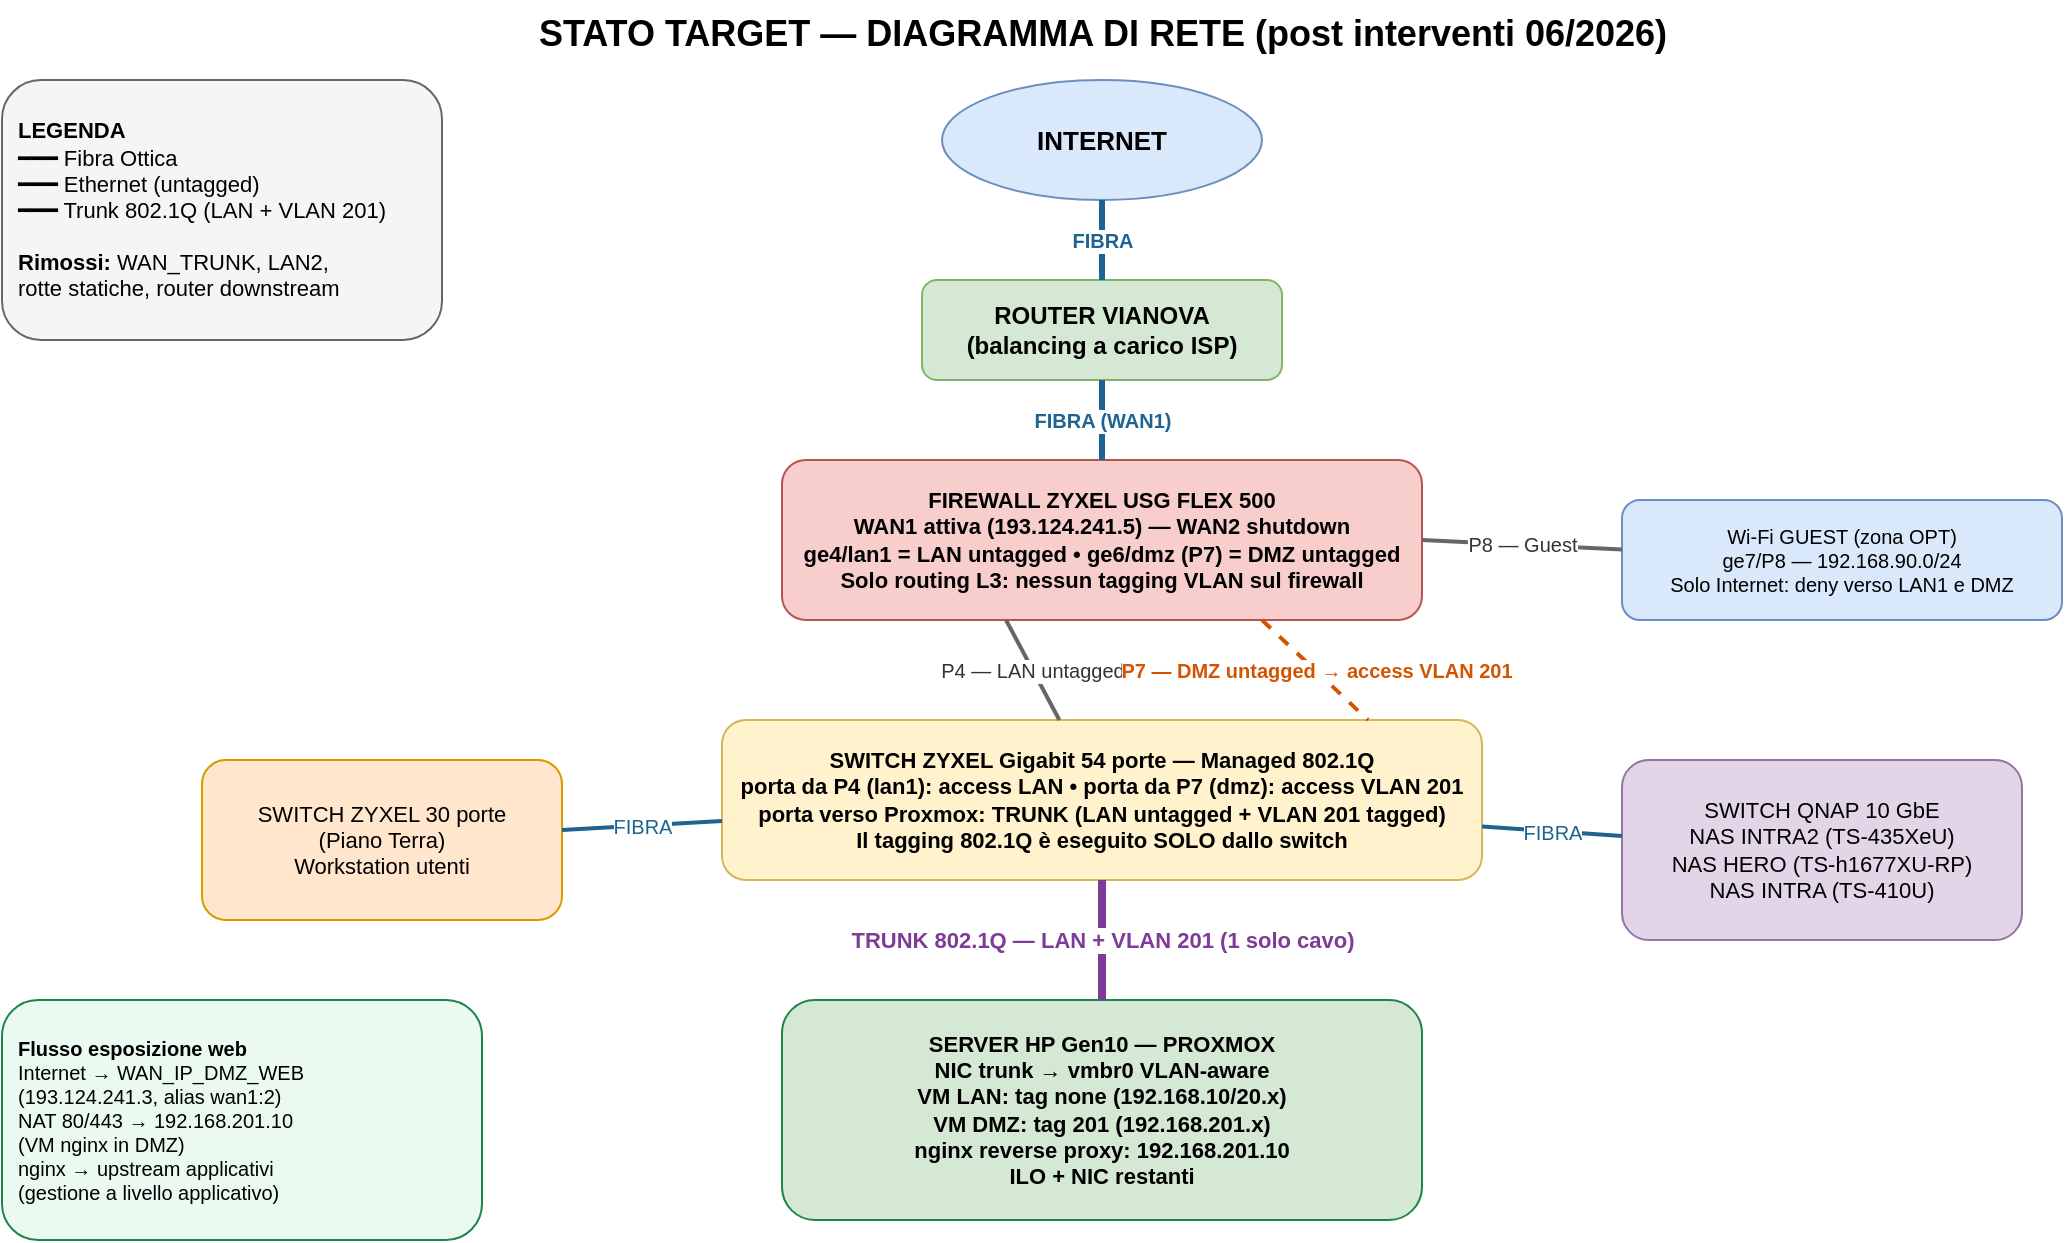
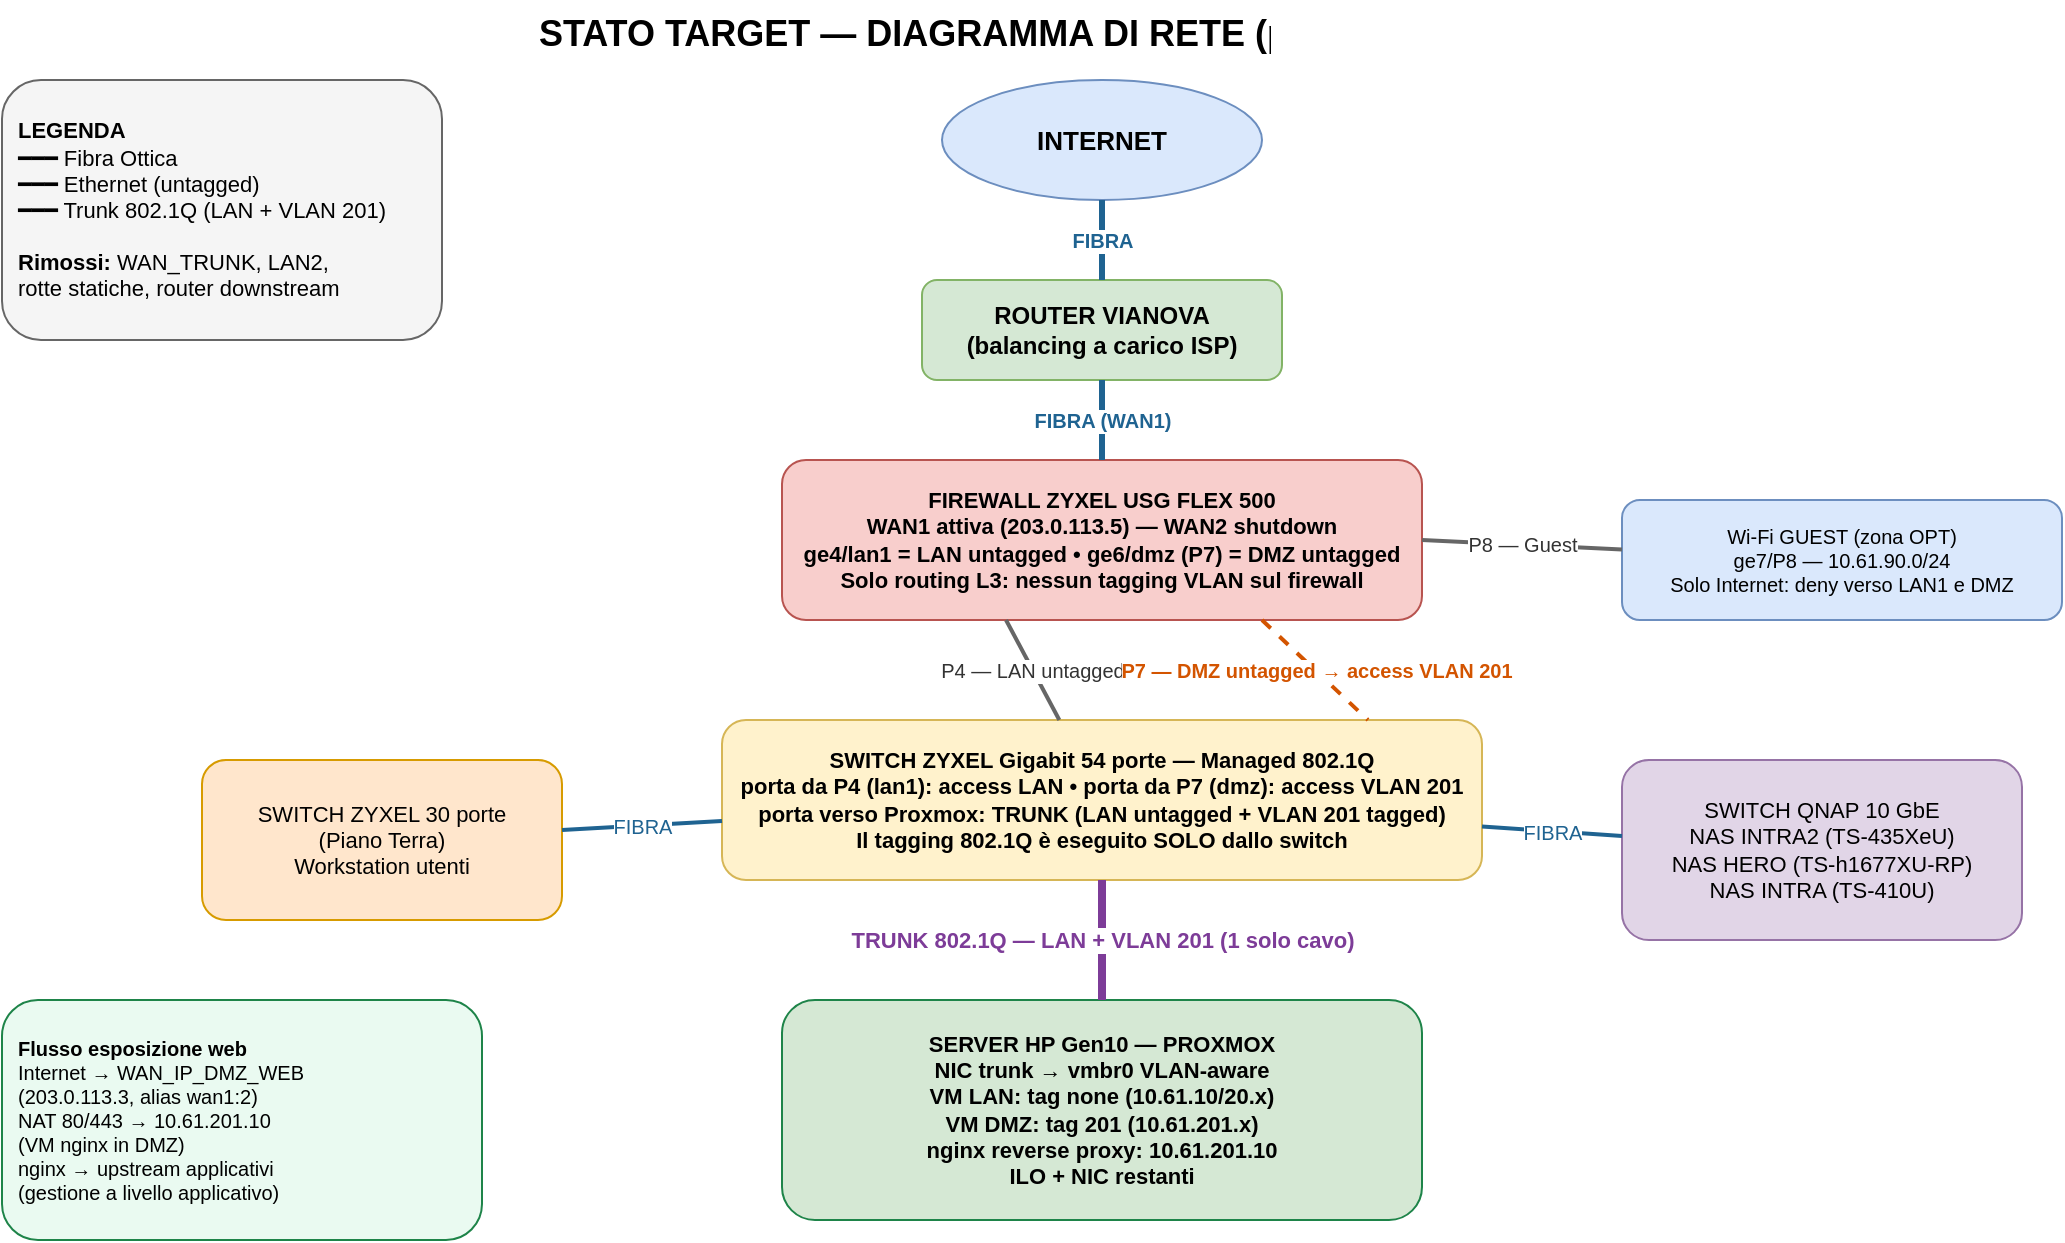
<mxfile host="app.diagrams.net" modified="2026-06-05T10:00:00.000Z" agent="Claude" version="24.0.0">
  <diagram id="target" name="Stato Target">
    <mxGraphModel dx="1422" dy="800" grid="1" gridSize="10" guides="1" tooltips="1" connect="1" arrows="1" fold="1" page="1" pageScale="1" pageWidth="1169" pageHeight="826" math="0" shadow="0">
      <root>
        <mxCell id="0" />
        <mxCell id="1" parent="0" />

        <mxCell id="title" value="STATO TARGET — DIAGRAMMA DI RETE (post interventi 06/2026)" style="text;html=1;fontSize=18;fontStyle=1;align=center" vertex="1" parent="1">
          <mxGeometry x="240" y="20" width="700" height="30" as="geometry" />
        </mxCell>

        <mxCell id="legend" value="&lt;b&gt;LEGENDA&lt;/b&gt;&lt;br&gt;━━━ Fibra Ottica&lt;br&gt;━━━ Ethernet (untagged)&lt;br&gt;━━━ Trunk 802.1Q (LAN + VLAN 201)&lt;br&gt;&lt;br&gt;&lt;b&gt;Rimossi:&lt;/b&gt; WAN_TRUNK, LAN2,&lt;br&gt;rotte statiche, router downstream" style="rounded=1;whiteSpace=wrap;html=1;fillColor=#f5f5f5;strokeColor=#666666;align=left;spacing=8;fontSize=11" vertex="1" parent="1">
          <mxGeometry x="40" y="60" width="220" height="130" as="geometry" />
        </mxCell>

        <mxCell id="internet" value="INTERNET" style="ellipse;whiteSpace=wrap;html=1;fillColor=#dae8fc;strokeColor=#6c8ebf;fontSize=13;fontStyle=1" vertex="1" parent="1">
          <mxGeometry x="510" y="60" width="160" height="60" as="geometry" />
        </mxCell>

        <mxCell id="router" value="ROUTER VIANOVA&#10;(balancing a carico ISP)" style="rounded=1;whiteSpace=wrap;html=1;fillColor=#d5e8d4;strokeColor=#82b366;fontSize=12;fontStyle=1" vertex="1" parent="1">
          <mxGeometry x="500" y="160" width="180" height="50" as="geometry" />
        </mxCell>

-         <mxCell id="firewall" value="FIREWALL ZYXEL USG FLEX 500&#10;WAN1 attiva (193.124.241.5) — WAN2 shutdown&#10;ge4/lan1 = LAN untagged • ge6/dmz (P7) = DMZ untagged&#10;Solo routing L3: nessun tagging VLAN sul firewall" style="rounded=1;whiteSpace=wrap;html=1;fillColor=#f8cecc;strokeColor=#b85450;fontSize=11;fontStyle=1" vertex="1" parent="1">
+         <mxCell id="firewall" value="FIREWALL ZYXEL USG FLEX 500&#10;WAN1 attiva (203.0.113.5) — WAN2 shutdown&#10;ge4/lan1 = LAN untagged • ge6/dmz (P7) = DMZ untagged&#10;Solo routing L3: nessun tagging VLAN sul firewall" style="rounded=1;whiteSpace=wrap;html=1;fillColor=#f8cecc;strokeColor=#b85450;fontSize=11;fontStyle=1" vertex="1" parent="1">
          <mxGeometry x="430" y="250" width="320" height="80" as="geometry" />
        </mxCell>

        <mxCell id="switch54" value="SWITCH ZYXEL Gigabit 54 porte — Managed 802.1Q&#10;porta da P4 (lan1): access LAN • porta da P7 (dmz): access VLAN 201&#10;porta verso Proxmox: TRUNK (LAN untagged + VLAN 201 tagged)&#10;Il tagging 802.1Q è eseguito SOLO dallo switch" style="rounded=1;whiteSpace=wrap;html=1;fillColor=#fff2cc;strokeColor=#d6b656;fontSize=11;fontStyle=1" vertex="1" parent="1">
          <mxGeometry x="400" y="380" width="380" height="80" as="geometry" />
        </mxCell>

-         <mxCell id="proxmox" value="SERVER HP Gen10 — PROXMOX&#10;NIC trunk → vmbr0 VLAN-aware&#10;VM LAN: tag none (192.168.10/20.x)&#10;VM DMZ: tag 201 (192.168.201.x)&#10;nginx reverse proxy: 192.168.201.10&#10;ILO + NIC restanti" style="rounded=1;whiteSpace=wrap;html=1;fillColor=#d5e8d4;strokeColor=#1e8449;fontSize=11;fontStyle=1" vertex="1" parent="1">
+         <mxCell id="proxmox" value="SERVER HP Gen10 — PROXMOX&#10;NIC trunk → vmbr0 VLAN-aware&#10;VM LAN: tag none (10.61.10/20.x)&#10;VM DMZ: tag 201 (10.61.201.x)&#10;nginx reverse proxy: 10.61.201.10&#10;ILO + NIC restanti" style="rounded=1;whiteSpace=wrap;html=1;fillColor=#d5e8d4;strokeColor=#1e8449;fontSize=11;fontStyle=1" vertex="1" parent="1">
          <mxGeometry x="430" y="520" width="320" height="110" as="geometry" />
        </mxCell>

        <mxCell id="qnap" value="SWITCH QNAP 10 GbE&#10;NAS INTRA2 (TS-435XeU)&#10;NAS HERO (TS-h1677XU-RP)&#10;NAS INTRA (TS-410U)" style="rounded=1;whiteSpace=wrap;html=1;fillColor=#e1d5e7;strokeColor=#9673a6;fontSize=11" vertex="1" parent="1">
          <mxGeometry x="850" y="400" width="200" height="90" as="geometry" />
        </mxCell>

        <mxCell id="sw30" value="SWITCH ZYXEL 30 porte&#10;(Piano Terra)&#10;Workstation utenti" style="rounded=1;whiteSpace=wrap;html=1;fillColor=#ffe6cc;strokeColor=#d79b00;fontSize=11" vertex="1" parent="1">
          <mxGeometry x="140" y="400" width="180" height="80" as="geometry" />
        </mxCell>

-         <mxCell id="guest" value="Wi-Fi GUEST (zona OPT)&#10;ge7/P8 — 192.168.90.0/24&#10;Solo Internet: deny verso LAN1 e DMZ" style="rounded=1;whiteSpace=wrap;html=1;fillColor=#dae8fc;strokeColor=#6c8ebf;fontSize=10" vertex="1" parent="1">
+         <mxCell id="guest" value="Wi-Fi GUEST (zona OPT)&#10;ge7/P8 — 10.61.90.0/24&#10;Solo Internet: deny verso LAN1 e DMZ" style="rounded=1;whiteSpace=wrap;html=1;fillColor=#dae8fc;strokeColor=#6c8ebf;fontSize=10" vertex="1" parent="1">
          <mxGeometry x="850" y="270" width="220" height="60" as="geometry" />
        </mxCell>

        <mxCell id="e1" style="endArrow=none;html=1;strokeColor=#1f6391;strokeWidth=3;fontSize=10;fontStyle=1;fontColor=#1f6391;labelBackgroundColor=#ffffff" edge="1" parent="1" source="internet" target="router" value="FIBRA">
          <mxGeometry relative="1" as="geometry" />
        </mxCell>
        <mxCell id="e2" style="endArrow=none;html=1;strokeColor=#1f6391;strokeWidth=3;fontSize=10;fontStyle=1;fontColor=#1f6391;labelBackgroundColor=#ffffff" edge="1" parent="1" source="router" target="firewall" value="FIBRA (WAN1)">
          <mxGeometry relative="1" as="geometry" />
        </mxCell>
        <mxCell id="e3" style="endArrow=none;html=1;strokeColor=#666666;strokeWidth=2;fontSize=10;fontColor=#333333;labelBackgroundColor=#ffffff;exitX=0.35;exitY=1" edge="1" parent="1" source="firewall" target="switch54" value="P4 — LAN untagged">
          <mxGeometry relative="1" as="geometry" />
        </mxCell>
        <mxCell id="e4" style="endArrow=none;html=1;strokeColor=#d35400;strokeWidth=2;dashed=1;fontSize=10;fontStyle=1;fontColor=#d35400;labelBackgroundColor=#ffffff;exitX=0.75;exitY=1;entryX=0.85;entryY=0" edge="1" parent="1" source="firewall" target="switch54" value="P7 — DMZ untagged → access VLAN 201">
          <mxGeometry relative="1" as="geometry" />
        </mxCell>
        <mxCell id="e5" style="endArrow=none;html=1;strokeColor=#7d3c98;strokeWidth=4;fontSize=11;fontStyle=1;fontColor=#7d3c98;labelBackgroundColor=#ffffff" edge="1" parent="1" source="switch54" target="proxmox" value="TRUNK 802.1Q — LAN + VLAN 201 (1 solo cavo)">
          <mxGeometry relative="1" as="geometry" />
        </mxCell>
        <mxCell id="e6" style="endArrow=none;html=1;strokeColor=#1f6391;strokeWidth=2;fontSize=10;fontColor=#1f6391;labelBackgroundColor=#ffffff" edge="1" parent="1" source="switch54" target="qnap" value="FIBRA">
          <mxGeometry relative="1" as="geometry" />
        </mxCell>
        <mxCell id="e7" style="endArrow=none;html=1;strokeColor=#1f6391;strokeWidth=2;fontSize=10;fontColor=#1f6391;labelBackgroundColor=#ffffff" edge="1" parent="1" source="switch54" target="sw30" value="FIBRA">
          <mxGeometry relative="1" as="geometry" />
        </mxCell>
        <mxCell id="e8" style="endArrow=none;html=1;strokeColor=#666666;strokeWidth=2;fontSize=10;fontColor=#333333;labelBackgroundColor=#ffffff;exitX=1;exitY=0.5" edge="1" parent="1" source="firewall" target="guest" value="P8 — Guest">
          <mxGeometry relative="1" as="geometry" />
        </mxCell>

-         <mxCell id="flow" value="&lt;b&gt;Flusso esposizione web&lt;/b&gt;&lt;br&gt;Internet → WAN_IP_DMZ_WEB&lt;br&gt;(193.124.241.3, alias wan1:2)&lt;br&gt;NAT 80/443 → 192.168.201.10&lt;br&gt;(VM nginx in DMZ)&lt;br&gt;nginx → upstream applicativi&lt;br&gt;(gestione a livello applicativo)" style="rounded=1;whiteSpace=wrap;html=1;fillColor=#eafaf1;strokeColor=#1e8449;align=left;spacing=8;fontSize=10" vertex="1" parent="1">
+         <mxCell id="flow" value="&lt;b&gt;Flusso esposizione web&lt;/b&gt;&lt;br&gt;Internet → WAN_IP_DMZ_WEB&lt;br&gt;(203.0.113.3, alias wan1:2)&lt;br&gt;NAT 80/443 → 10.61.201.10&lt;br&gt;(VM nginx in DMZ)&lt;br&gt;nginx → upstream applicativi&lt;br&gt;(gestione a livello applicativo)" style="rounded=1;whiteSpace=wrap;html=1;fillColor=#eafaf1;strokeColor=#1e8449;align=left;spacing=8;fontSize=10" vertex="1" parent="1">
          <mxGeometry x="40" y="520" width="240" height="120" as="geometry" />
        </mxCell>
      </root>
    </mxGraphModel>
  </diagram>
</mxfile>
